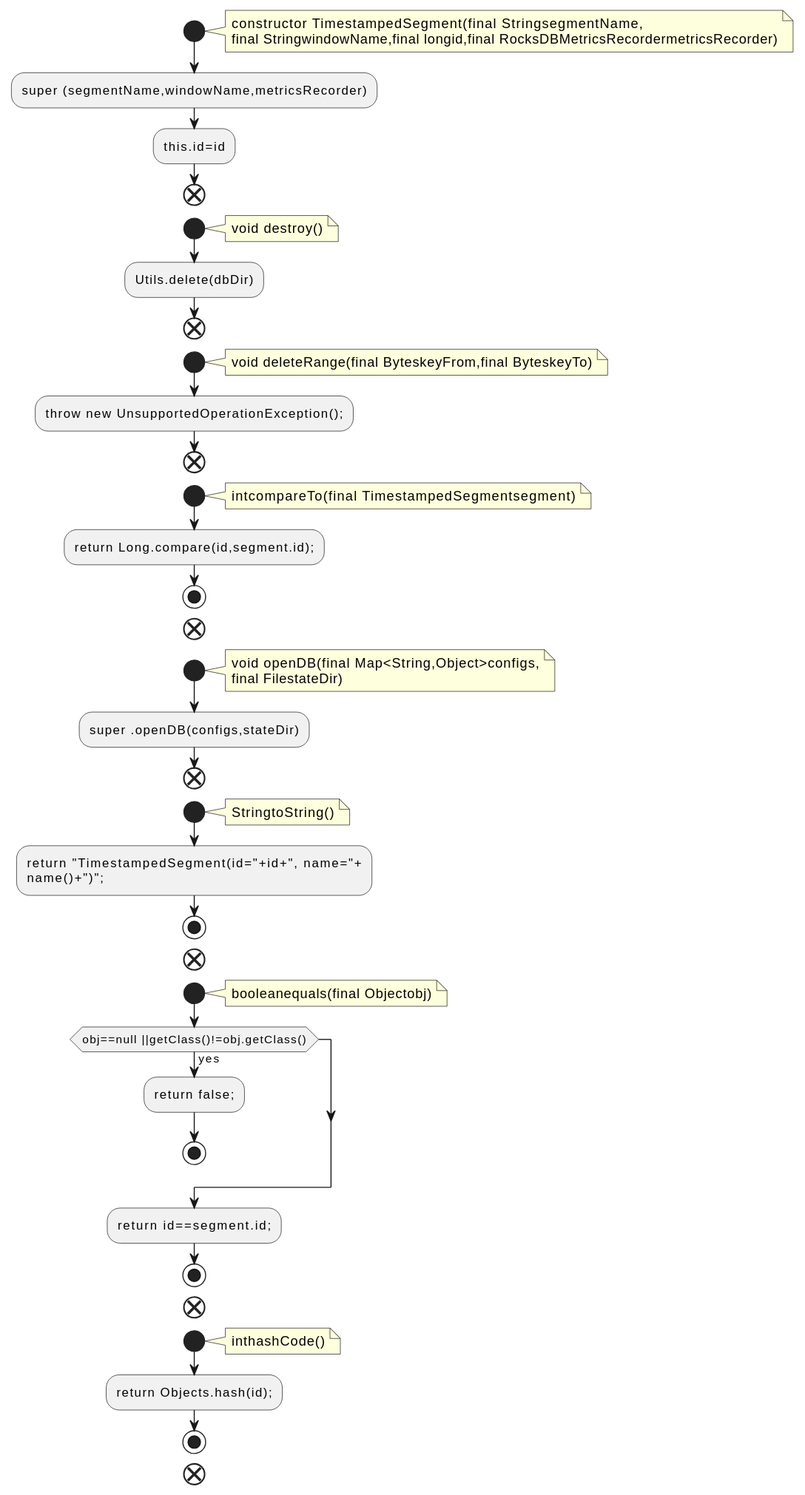
qualitesys/kafka keeps this PlantUML diagram as docs/qc/streams/src/main/java/org/apache/kafka/streams/state/internals/TimestampedSegment.java.fct.svg. Above is the earlier version.
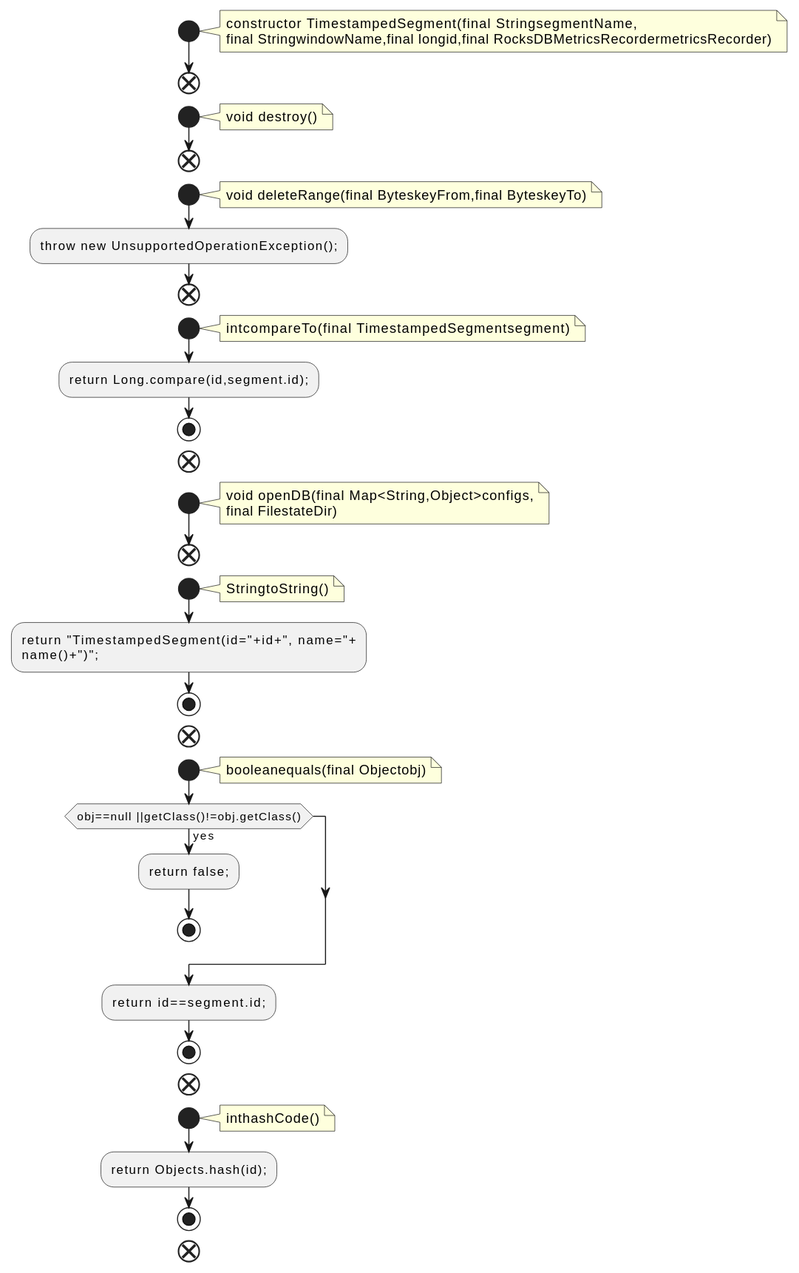
Above is the later version.

What changed in the source:
```diff
@@ -5,14 +5,11 @@
 constructor TimestampedSegment(final StringsegmentName,
 final StringwindowName,final longid,final RocksDBMetricsRecordermetricsRecorder)
 end note
-:super (segmentName,windowName,metricsRecorder);
-:this.id=id;
 end
 start
 note right
 void destroy()
 end note
-:Utils.delete(dbDir);
 end
 start
 note right
@@ -32,7 +29,6 @@
 void openDB(final Map<String,Object>configs,
 final FilestateDir)
 end note
-:super .openDB(configs,stateDir);
 end
 start
 note right
```
